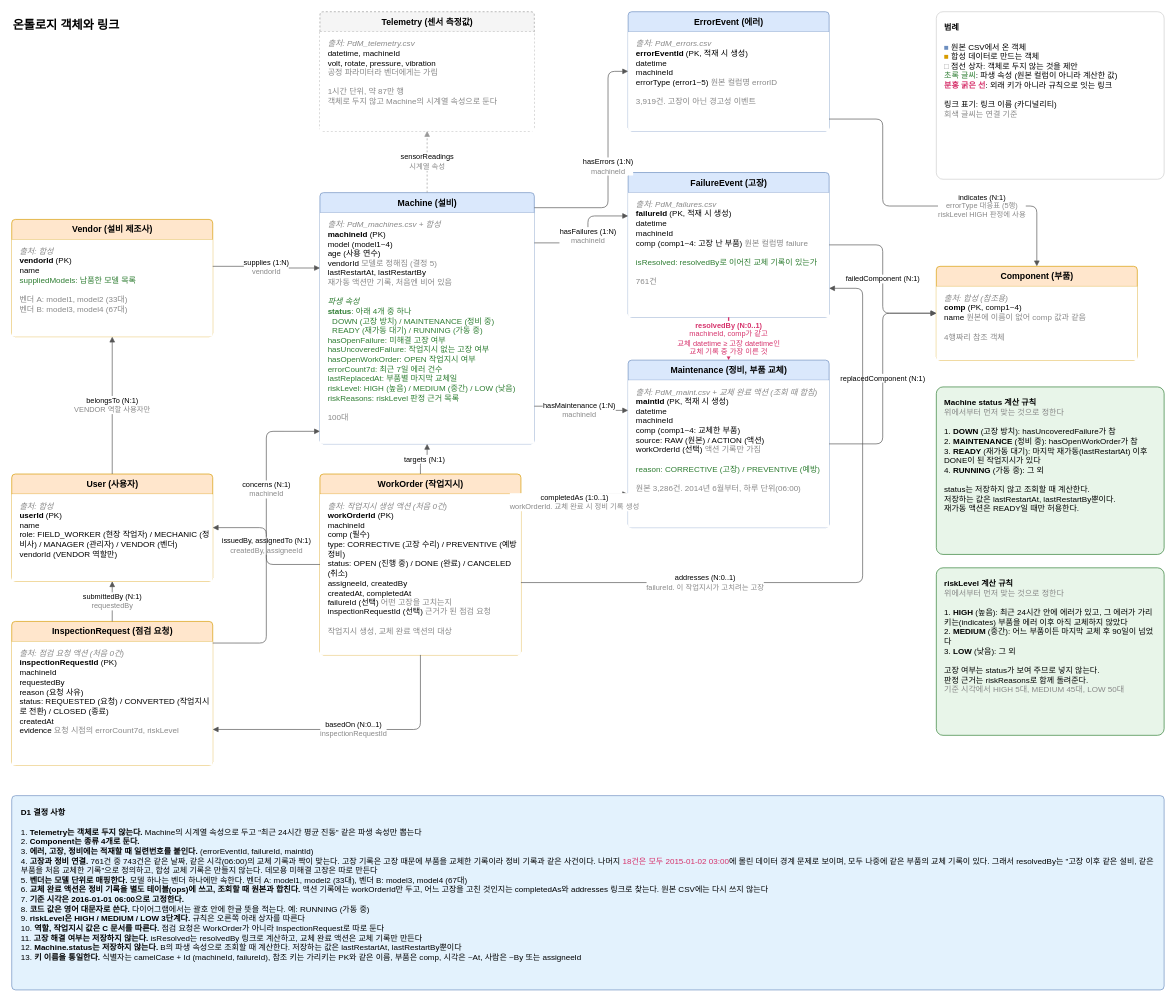
This is docs/diagrams/ontology.drawio from boaz-ontology-lab/pdm-ontology, a draw.io file, before an edit. Source tidied: cells renumbered, new cells numbered last; positions are measured from the earlier drawing's top-left corner, leaving out a move shared by most shapes. Both pictures are drawn from the tidied source at 67%, with x=0, y=0 at pixel (11, 11).
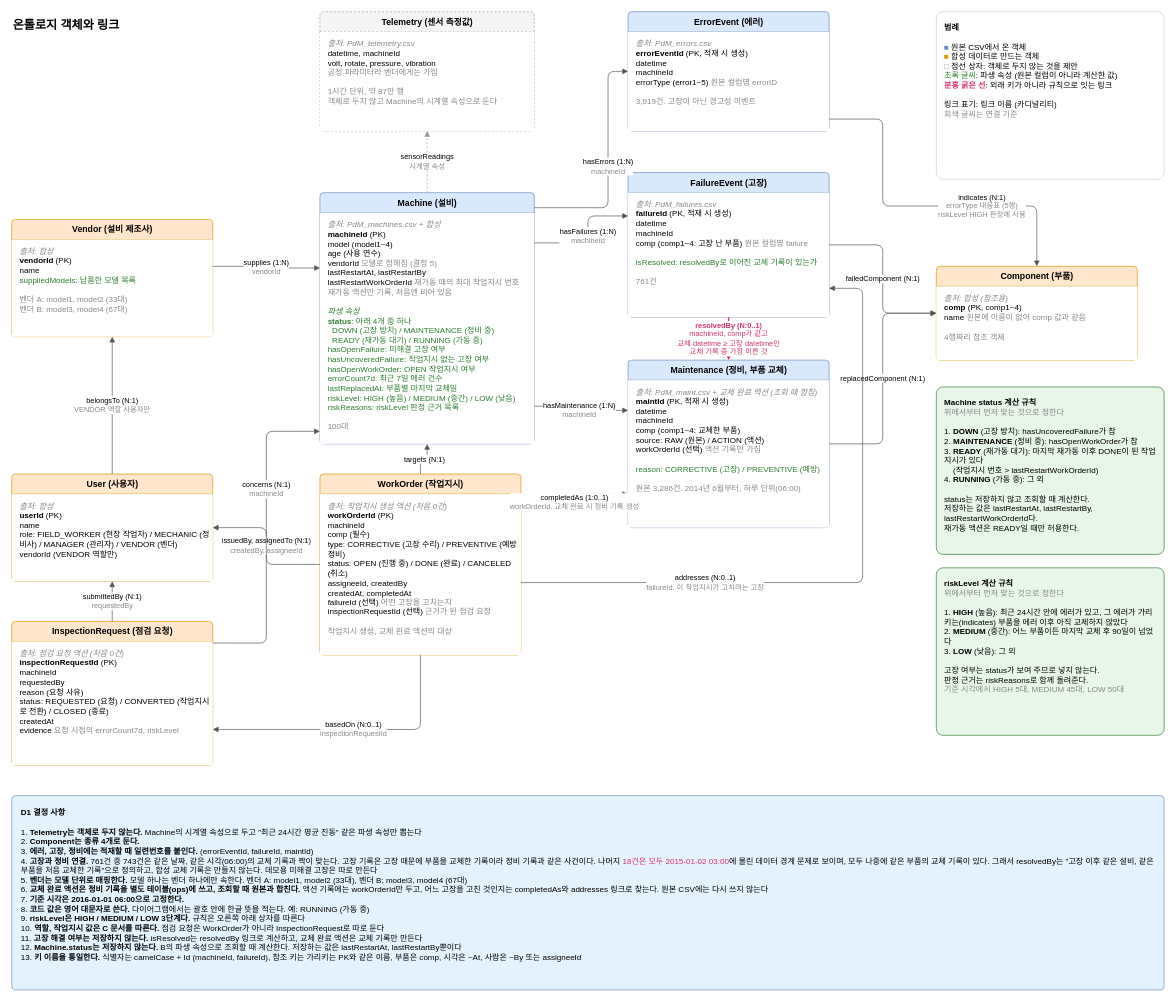
After the change.

Commit message (it also covers changes not shown here):
fix(ontology): status의 재가동 이후 판정을 작업지시 번호로 비교

The change refers to these unchanged cells:
```xml
<mxCell id="2" value="&lt;b&gt;Machine (설비)&lt;/b&gt;" style="swimlane;html=1;startSize=30;rounded=1;arcSize=6;fillColor=#dae8fc;strokeColor=#6c8ebf;fontSize=13;" parent="1" vertex="1">
  <mxGeometry x="460" y="270" width="320" height="375" as="geometry" />
</mxCell>
```

Diff of the diagram source:
```diff
@@
-    <mxCell id="3" value="&lt;font color=&quot;#888888&quot;&gt;&lt;i&gt;출처: PdM_machines.csv + 합성&lt;/i&gt;&lt;/font&gt;&lt;br&gt;&lt;b&gt;machineId&lt;/b&gt; (PK)&lt;br&gt;model (model1~4)&lt;br&gt;age (사용 연수)&lt;br&gt;vendorId &lt;font color=&quot;#888888&quot;&gt;모델로 정해짐 (결정 5)&lt;/font&gt;&lt;br&gt;lastRestartAt, lastRestartBy&lt;br&gt;&lt;font color=&quot;#888888&quot;&gt;재가동 액션만 기록, 처음엔 비어 있음&lt;/font&gt;&lt;br&gt;&lt;br&gt;&lt;font color=&quot;#2e7d32&quot;&gt;&lt;i&gt;파생 속성&lt;/i&gt;&lt;/font&gt;&lt;br&gt;&lt;font color=&quot;#2e7d32&quot;&gt;&lt;b&gt;status&lt;/b&gt;: 아래 4개 중 하나&lt;br&gt;&amp;nbsp;&amp;nbsp;DOWN (고장 방치) / MAINTENANCE (정비 중)&lt;br&gt;&amp;nbsp;&amp;nbsp;READY (재가동 대기) / RUNNING (가동 중)&lt;/font&gt;&lt;br&gt;&lt;font color=&quot;#2e7d32&quot;&gt;hasOpenFailure: 미해결 고장 여부&lt;/font&gt;&lt;br&gt;&lt;font color=&quot;#2e7d32&quot;&gt;hasUncoveredFailure: 작업지시 없는 고장 여부&lt;/font&gt;&lt;br&gt;&lt;font color=&quot;#2e7d32&quot;&gt;hasOpenWorkOrder: OPEN 작업지시 여부&lt;/font&gt;&lt;br&gt;&lt;font color=&quot;#2e7d32&quot;&gt;errorCount7d: 최근 7일 에러 건수&lt;/font&gt;&lt;br&gt;&lt;font color=&quot;#2e7d32&quot;&gt;lastReplacedAt: 부품별 마지막 교체일&lt;/font&gt;&lt;br&gt;&lt;font color=&quot;#2e7d32&quot;&gt;riskLevel: HIGH (높음) / MEDIUM (중간) / LOW (낮음)&lt;br&gt;riskReasons: riskLevel 판정 근거 목록&lt;/font&gt;&lt;br&gt;&lt;br&gt;&lt;font color=&quot;#888888&quot;&gt;100대&lt;/font&gt;" style="text;html=1;align=left;verticalAlign=top;spacingLeft=10;spacingTop=4;whiteSpace=wrap;fontSize=12;fillColor=#ffffff;" parent="2" vertex="1">
+    <mxCell id="3" value="&lt;font color=&quot;#888888&quot;&gt;&lt;i&gt;출처: PdM_machines.csv + 합성&lt;/i&gt;&lt;/font&gt;&lt;br&gt;&lt;b&gt;machineId&lt;/b&gt; (PK)&lt;br&gt;model (model1~4)&lt;br&gt;age (사용 연수)&lt;br&gt;vendorId &lt;font color=&quot;#888888&quot;&gt;모델로 정해짐 (결정 5)&lt;/font&gt;&lt;br&gt;lastRestartAt, lastRestartBy&lt;br&gt;lastRestartWorkOrderId &lt;font color=&quot;#888888&quot;&gt;재가동 때의 최대 작업지시 번호&lt;/font&gt;&lt;br&gt;&lt;font color=&quot;#888888&quot;&gt;재가동 액션만 기록, 처음엔 비어 있음&lt;/font&gt;&lt;br&gt;&lt;br&gt;&lt;font color=&quot;#2e7d32&quot;&gt;&lt;i&gt;파생 속성&lt;/i&gt;&lt;/font&gt;&lt;br&gt;&lt;font color=&quot;#2e7d32&quot;&gt;&lt;b&gt;status&lt;/b&gt;: 아래 4개 중 하나&lt;br&gt;&amp;nbsp;&amp;nbsp;DOWN (고장 방치) / MAINTENANCE (정비 중)&lt;br&gt;&amp;nbsp;&amp;nbsp;READY (재가동 대기) / RUNNING (가동 중)&lt;/font&gt;&lt;br&gt;&lt;font color=&quot;#2e7d32&quot;&gt;hasOpenFailure: 미해결 고장 여부&lt;/font&gt;&lt;br&gt;&lt;font color=&quot;#2e7d32&quot;&gt;hasUncoveredFailure: 작업지시 없는 고장 여부&lt;/font&gt;&lt;br&gt;&lt;font color=&quot;#2e7d32&quot;&gt;hasOpenWorkOrder: OPEN 작업지시 여부&lt;/font&gt;&lt;br&gt;&lt;font color=&quot;#2e7d32&quot;&gt;errorCount7d: 최근 7일 에러 건수&lt;/font&gt;&lt;br&gt;&lt;font color=&quot;#2e7d32&quot;&gt;lastReplacedAt: 부품별 마지막 교체일&lt;/font&gt;&lt;br&gt;&lt;font color=&quot;#2e7d32&quot;&gt;riskLevel: HIGH (높음) / MEDIUM (중간) / LOW (낮음)&lt;br&gt;riskReasons: riskLevel 판정 근거 목록&lt;/font&gt;&lt;br&gt;&lt;br&gt;&lt;font color=&quot;#888888&quot;&gt;100대&lt;/font&gt;" style="text;html=1;align=left;verticalAlign=top;spacingLeft=10;spacingTop=4;whiteSpace=wrap;fontSize=12;fillColor=#ffffff;" parent="2" vertex="1">
       <mxGeometry y="30" width="320" height="345" as="geometry" />
     </mxCell>
@@
-    <mxCell id="34" value="&lt;b&gt;Machine status 계산 규칙&lt;/b&gt;&lt;br&gt;&lt;font color=&quot;#888888&quot;&gt;위에서부터 먼저 맞는 것으로 정한다&lt;/font&gt;&lt;br&gt;&lt;br&gt;1. &lt;b&gt;DOWN&lt;/b&gt; (고장 방치): hasUncoveredFailure가 참&lt;br&gt;2. &lt;b&gt;MAINTENANCE&lt;/b&gt; (정비 중): hasOpenWorkOrder가 참&lt;br&gt;3. &lt;b&gt;READY&lt;/b&gt; (재가동 대기): 마지막 재가동(lastRestartAt) 이후 DONE이 된 작업지시가 있다&lt;br&gt;4. &lt;b&gt;RUNNING&lt;/b&gt; (가동 중): 그 외&lt;br&gt;&lt;br&gt;status는 저장하지 않고 조회할 때 계산한다.&lt;br&gt;저장하는 값은 lastRestartAt, lastRestartBy뿐이다.&lt;br&gt;재가동 액션은 READY일 때만 허용한다." style="rounded=1;arcSize=4;whiteSpace=wrap;html=1;align=left;verticalAlign=top;spacing=12;fillColor=#e8f5e9;strokeColor=#2e7d32;fontSize=12;" parent="1" vertex="1">
+    <mxCell id="34" value="&lt;b&gt;Machine status 계산 규칙&lt;/b&gt;&lt;br&gt;&lt;font color=&quot;#888888&quot;&gt;위에서부터 먼저 맞는 것으로 정한다&lt;/font&gt;&lt;br&gt;&lt;br&gt;1. &lt;b&gt;DOWN&lt;/b&gt; (고장 방치): hasUncoveredFailure가 참&lt;br&gt;2. &lt;b&gt;MAINTENANCE&lt;/b&gt; (정비 중): hasOpenWorkOrder가 참&lt;br&gt;3. &lt;b&gt;READY&lt;/b&gt; (재가동 대기): 마지막 재가동 이후 DONE이 된 작업지시가 있다&lt;br&gt;&amp;nbsp;&amp;nbsp;&amp;nbsp;&amp;nbsp;(작업지시 번호 &amp;gt; lastRestartWorkOrderId)&lt;br&gt;4. &lt;b&gt;RUNNING&lt;/b&gt; (가동 중): 그 외&lt;br&gt;&lt;br&gt;status는 저장하지 않고 조회할 때 계산한다.&lt;br&gt;저장하는 값은 lastRestartAt, lastRestartBy, lastRestartWorkOrderId다.&lt;br&gt;재가동 액션은 READY일 때만 허용한다." style="rounded=1;arcSize=4;whiteSpace=wrap;html=1;align=left;verticalAlign=top;spacing=12;fillColor=#e8f5e9;strokeColor=#2e7d32;fontSize=12;" parent="1" vertex="1">
       <mxGeometry x="1380" y="560" width="340" height="250" as="geometry" />
     </mxCell>
```
